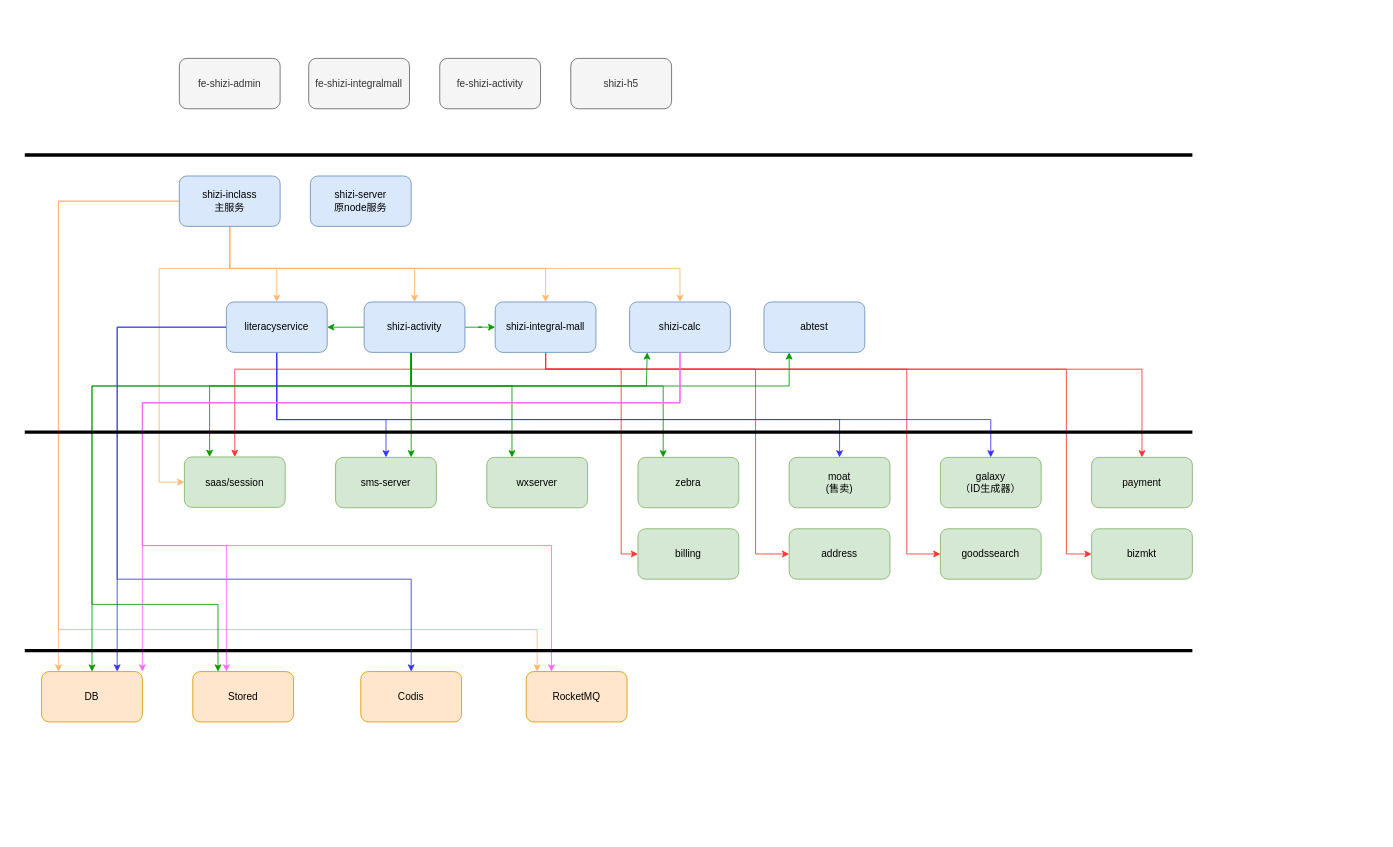
Above: 双云房置图.drawio in wgyuuu/flow_chart (draw.io), before the change. Source tidied: cells renumbered, new cells numbered last; positions are measured from the earlier drawing's top-left corner, leaving out a move shared by most shapes. Both pictures are drawn from the tidied source at 84%, with x=0, y=0 at pixel (24, 58).
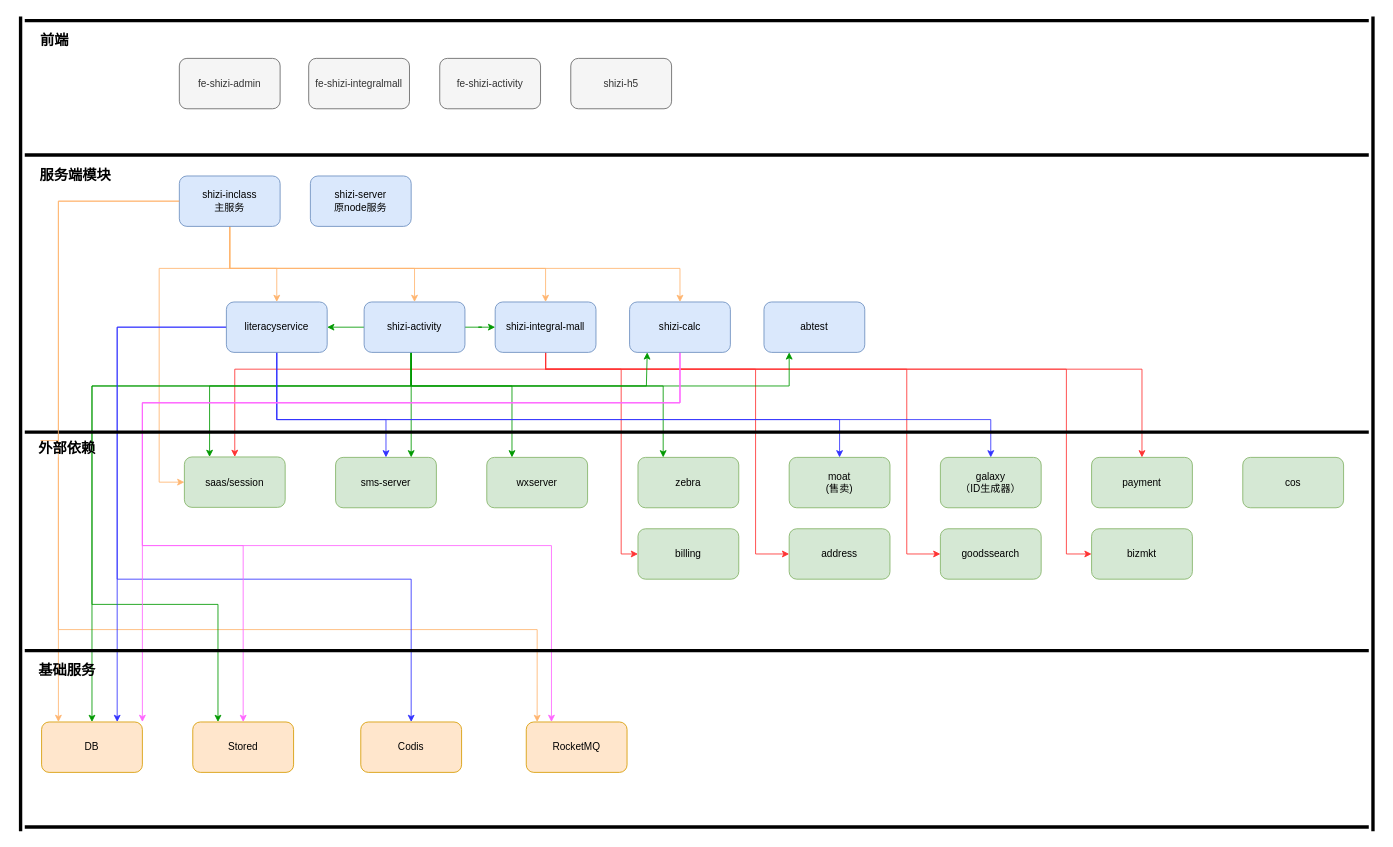
After the change.

Commit message (it also covers changes not shown here):
Update 双云房置图.drawio

Unchanged cells that the change refers to:
```xml
<mxCell id="9" value="shizi-inclass&lt;br&gt;主服务" style="rounded=1;whiteSpace=wrap;html=1;fillColor=#dae8fc;strokeColor=#6c8ebf;" parent="1" vertex="1">
  <mxGeometry x="184" y="140" width="120" height="60" as="geometry" />
</mxCell>
<mxCell id="42" value="shizi-calc" style="rounded=1;whiteSpace=wrap;html=1;fillColor=#dae8fc;strokeColor=#6c8ebf;" parent="1" vertex="1">
  <mxGeometry x="720" y="290" width="120" height="60" as="geometry" />
</mxCell>
```

Change to the diagram source:
```diff
@@
-    <mxCell id="8" style="edgeStyle=orthogonalEdgeStyle;rounded=0;jettySize=auto;html=1;entryX=0.108;entryY=0;entryDx=0;entryDy=0;strokeColor=#FFB570;entryPerimeter=0;" parent="1" edge="1" source="9" target="46">
+    <mxCell id="8" style="edgeStyle=orthogonalEdgeStyle;rounded=0;jettySize=auto;html=1;entryX=0.108;entryY=0;entryDx=0;entryDy=0;strokeColor=#FFB570;entryPerimeter=0;startArrow=none;" parent="1" edge="1" source="69" target="46">
       <mxGeometry relative="1" as="geometry">
         <Array as="points">
-          <mxPoint x="40" y="170" />
           <mxPoint x="40" y="680" />
           <mxPoint x="610" y="680" />
         </Array>
       </mxGeometry>
     </mxCell>
@@
-    <mxCell id="40" style="edgeStyle=orthogonalEdgeStyle;rounded=0;jettySize=auto;html=1;entryX=0.5;entryY=0;entryDx=0;entryDy=0;strokeColor=#FF66FF;exitX=0.5;exitY=1;exitDx=0;exitDy=0;" parent="1" edge="1" source="42">
+    <mxCell id="40" style="edgeStyle=orthogonalEdgeStyle;rounded=0;jettySize=auto;html=1;entryX=0.5;entryY=0;entryDx=0;entryDy=0;strokeColor=#FF66FF;exitX=0.5;exitY=1;exitDx=0;exitDy=0;" parent="1" edge="1" source="42" target="44">
       <mxGeometry relative="1" as="geometry">
-        <mxPoint x="240" y="730" as="targetPoint" />
         <Array as="points">
           <mxPoint x="780" y="410" />
           <mxPoint x="140" y="410" />
           <mxPoint x="140" y="580" />
-          <mxPoint x="240" y="580" />
+          <mxPoint x="260" y="580" />
         </Array>
       </mxGeometry>
     </mxCell>
@@
     <mxCell id="43" value="DB" style="rounded=1;whiteSpace=wrap;html=1;fillColor=#ffe6cc;strokeColor=#d79b00;" parent="1" vertex="1">
-      <mxGeometry x="20" y="730" width="120" height="60" as="geometry" />
+      <mxGeometry x="20" y="790" width="120" height="60" as="geometry" />
     </mxCell>
     <mxCell id="44" value="Stored" style="rounded=1;whiteSpace=wrap;html=1;fillColor=#ffe6cc;strokeColor=#d79b00;" parent="1" vertex="1">
-      <mxGeometry x="200" y="730" width="120" height="60" as="geometry" />
+      <mxGeometry x="200" y="790" width="120" height="60" as="geometry" />
     </mxCell>
     <mxCell id="45" value="Codis" style="rounded=1;whiteSpace=wrap;html=1;fillColor=#ffe6cc;strokeColor=#d79b00;" parent="1" vertex="1">
-      <mxGeometry x="400" y="730" width="120" height="60" as="geometry" />
+      <mxGeometry x="400" y="790" width="120" height="60" as="geometry" />
     </mxCell>
     <mxCell id="46" value="RocketMQ" style="rounded=1;whiteSpace=wrap;html=1;fillColor=#ffe6cc;strokeColor=#d79b00;" parent="1" vertex="1">
-      <mxGeometry x="597" y="730" width="120" height="60" as="geometry" />
+      <mxGeometry x="597" y="790" width="120" height="60" as="geometry" />
     </mxCell>
@@
     <mxCell id="59" style="line;strokeWidth=4;html=1;perimeter=backbonePerimeter;" parent="1" vertex="1">
-      <mxGeometry y="110" width="1390" height="10" as="geometry" />
+      <mxGeometry y="110" width="1600" height="10" as="geometry" />
     </mxCell>
     <mxCell id="60" style="line;strokeWidth=4;html=1;perimeter=backbonePerimeter;" parent="1" vertex="1">
-      <mxGeometry y="440" width="1390" height="10" as="geometry" />
+      <mxGeometry y="440" width="1600" height="10" as="geometry" />
     </mxCell>
     <mxCell id="61" style="line;strokeWidth=4;html=1;perimeter=backbonePerimeter;" parent="1" vertex="1">
-      <mxGeometry y="700" width="1390" height="10" as="geometry" />
+      <mxGeometry y="700" width="1600" height="10" as="geometry" />
     </mxCell>
+    <mxCell id="62" value="cos" style="rounded=1;whiteSpace=wrap;html=1;fillColor=#d5e8d4;strokeColor=#82b366;" parent="1" vertex="1">
+      <mxGeometry x="1450" y="475" width="120" height="60" as="geometry" />
+    </mxCell>
+    <mxCell id="63" style="line;strokeWidth=4;direction=south;html=1;perimeter=backbonePerimeter;" parent="1" vertex="1">
+      <mxGeometry x="-10" y="-50" width="10" height="970" as="geometry" />
+    </mxCell>
+    <mxCell id="64" style="line;strokeWidth=4;html=1;perimeter=backbonePerimeter;" parent="1" vertex="1">
+      <mxGeometry y="910" width="1600" height="10" as="geometry" />
+    </mxCell>
+    <mxCell id="65" style="line;strokeWidth=4;html=1;perimeter=backbonePerimeter;" parent="1" vertex="1">
+      <mxGeometry y="-50" width="1600" height="10" as="geometry" />
+    </mxCell>
+    <mxCell id="66" style="line;strokeWidth=4;direction=south;html=1;perimeter=backbonePerimeter;" parent="1" vertex="1">
+      <mxGeometry x="1600" y="-50" width="10" height="970" as="geometry" />
+    </mxCell>
+    <mxCell id="67" value="&lt;b&gt;&lt;font style=&quot;font-size: 17px&quot;&gt;前端&lt;/font&gt;&lt;/b&gt;" style="text;html=1;align=center;verticalAlign=middle;strokeColor=none;" parent="1" vertex="1">
+      <mxGeometry x="10" y="-30" width="50" height="20" as="geometry" />
+    </mxCell>
+    <mxCell id="68" value="&lt;b&gt;&lt;font style=&quot;font-size: 17px&quot;&gt;服务端模块&lt;/font&gt;&lt;/b&gt;" style="text;html=1;align=center;verticalAlign=middle;strokeColor=none;" parent="1" vertex="1">
+      <mxGeometry x="10" y="130" width="100" height="20" as="geometry" />
+    </mxCell>
+    <mxCell id="69" value="&lt;b&gt;&lt;font style=&quot;font-size: 17px&quot;&gt;外部依赖&lt;/font&gt;&lt;/b&gt;" style="text;html=1;align=center;verticalAlign=middle;points=[];strokeColor=none;" parent="1" vertex="1">
+      <mxGeometry x="10" y="455" width="80" height="20" as="geometry" />
+    </mxCell>
+    <mxCell id="70" style="edgeStyle=orthogonalEdgeStyle;rounded=0;jettySize=auto;html=1;entryX=0.108;entryY=0;entryDx=0;entryDy=0;strokeColor=#FFB570;entryPerimeter=0;endArrow=none;" parent="1" edge="1" source="9" target="69">
+      <mxGeometry relative="1" as="geometry">
+        <Array as="points">
+          <mxPoint x="40" y="170" />
+        </Array>
+      </mxGeometry>
+    </mxCell>
+    <mxCell id="71" value="&lt;b&gt;&lt;font style=&quot;font-size: 17px&quot;&gt;基础服务&lt;/font&gt;&lt;/b&gt;" style="text;html=1;align=center;verticalAlign=middle;strokeColor=none;" parent="1" vertex="1">
+      <mxGeometry x="10" y="720" width="80" height="20" as="geometry" />
+    </mxCell>
```
